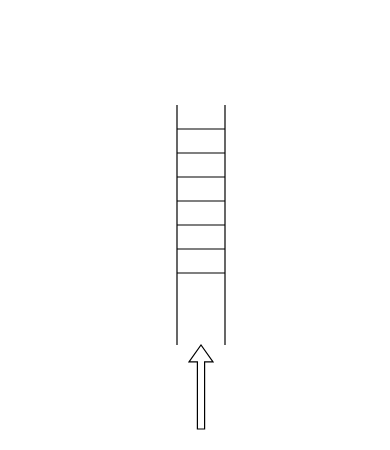
Before: 未命名绘图.drawio in 2571788183/-, a draw.io diagram. Source tidied: cells renumbered, new cells numbered last; positions are measured from the earlier drawing's top-left corner, leaving out a move shared by most shapes. Both pictures are drawn from the tidied source at 120%, with x=0, y=0 at pixel (176, 104).
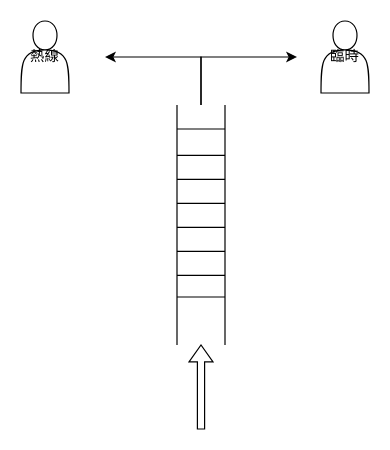
Above is the later version.

Commit message (it also covers changes not shown here):
更新未命名绘图.drawio

What changed in the source:
```diff
@@
     <mxCell id="5" style="endArrow=none;html=1;rounded=0;" parent="1" edge="1">
       <mxGeometry relative="1" as="geometry">
-        <mxPoint y="40" as="sourcePoint" />
-        <mxPoint x="40" y="40" as="targetPoint" />
+        <mxPoint y="42" as="sourcePoint" />
+        <mxPoint x="40" y="42" as="targetPoint" />
       </mxGeometry>
     </mxCell>
     <mxCell id="6" style="endArrow=none;html=1;rounded=0;" parent="1" edge="1">
       <mxGeometry relative="1" as="geometry">
-        <mxPoint y="60" as="sourcePoint" />
-        <mxPoint x="40" y="60" as="targetPoint" />
+        <mxPoint y="62" as="sourcePoint" />
+        <mxPoint x="40" y="62" as="targetPoint" />
       </mxGeometry>
     </mxCell>
     <mxCell id="7" style="endArrow=none;html=1;rounded=0;" parent="1" edge="1">
       <mxGeometry relative="1" as="geometry">
-        <mxPoint y="80" as="sourcePoint" />
-        <mxPoint x="40" y="80" as="targetPoint" />
+        <mxPoint y="82" as="sourcePoint" />
+        <mxPoint x="40" y="82" as="targetPoint" />
       </mxGeometry>
     </mxCell>
     <mxCell id="8" style="endArrow=none;html=1;rounded=0;" parent="1" edge="1">
       <mxGeometry relative="1" as="geometry">
-        <mxPoint y="100" as="sourcePoint" />
-        <mxPoint x="40" y="100" as="targetPoint" />
+        <mxPoint y="102" as="sourcePoint" />
+        <mxPoint x="40" y="102" as="targetPoint" />
       </mxGeometry>
     </mxCell>
     <mxCell id="9" style="endArrow=none;html=1;rounded=0;" parent="1" edge="1">
       <mxGeometry relative="1" as="geometry">
-        <mxPoint y="120" as="sourcePoint" />
-        <mxPoint x="40" y="120" as="targetPoint" />
+        <mxPoint y="122" as="sourcePoint" />
+        <mxPoint x="40" y="122" as="targetPoint" />
       </mxGeometry>
     </mxCell>
     <mxCell id="10" style="endArrow=none;html=1;rounded=0;" parent="1" edge="1">
       <mxGeometry relative="1" as="geometry">
-        <mxPoint y="140" as="sourcePoint" />
-        <mxPoint x="40" y="140" as="targetPoint" />
+        <mxPoint y="142" as="sourcePoint" />
+        <mxPoint x="40" y="142" as="targetPoint" />
       </mxGeometry>
     </mxCell>
@@
+    <mxCell id="12" style="endArrow=classic;html=1;rounded=0;" parent="1" edge="1">
+      <mxGeometry relative="1" as="geometry">
+        <mxPoint x="20" as="sourcePoint" />
+        <mxPoint x="100" y="-40" as="targetPoint" />
+        <Array as="points">
+          <mxPoint x="20" y="-40" />
+        </Array>
+      </mxGeometry>
+    </mxCell>
+    <mxCell id="13" style="endArrow=classic;html=1;rounded=0;" parent="1" edge="1">
+      <mxGeometry relative="1" as="geometry">
+        <mxPoint x="20" as="sourcePoint" />
+        <mxPoint x="-60" y="-40" as="targetPoint" />
+        <Array as="points">
+          <mxPoint x="20" y="-40" />
+        </Array>
+      </mxGeometry>
+    </mxCell>
+    <mxCell id="14" value="臨時" style="shape=actor;whiteSpace=wrap;html=1;" parent="1" vertex="1">
+      <mxGeometry x="120" y="-70" width="40" height="60" as="geometry" />
+    </mxCell>
+    <mxCell id="15" value="熱線" style="shape=actor;whiteSpace=wrap;html=1;" parent="1" vertex="1">
+      <mxGeometry x="-130" y="-70" width="40" height="60" as="geometry" />
+    </mxCell>
+    <mxCell id="16" style="endArrow=none;html=1;rounded=0;" parent="1" edge="1">
+      <mxGeometry relative="1" as="geometry">
+        <mxPoint y="160" as="sourcePoint" />
+        <mxPoint x="40" y="160" as="targetPoint" />
+      </mxGeometry>
+    </mxCell>
```
